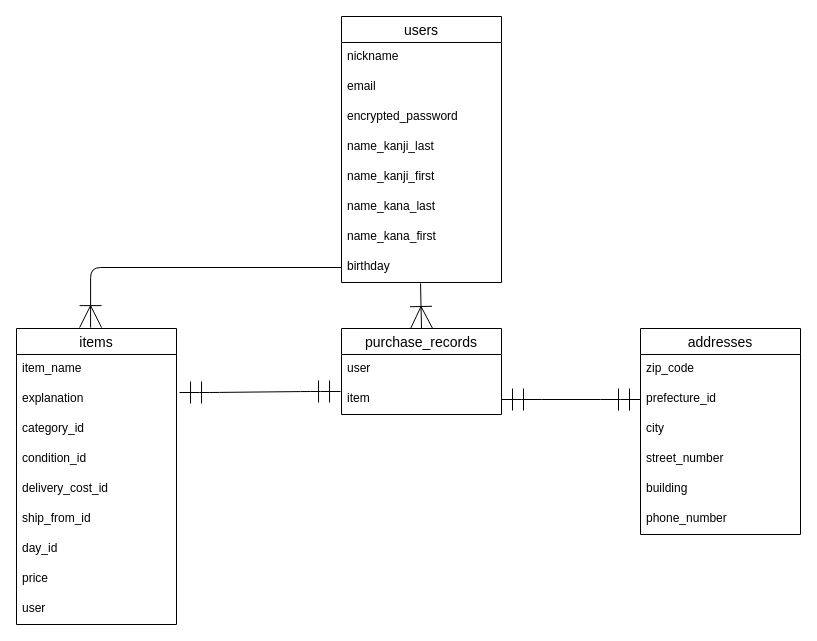
This is furima.dio from norihitowada/furima-34350, a draw.io file, before an edit. Source tidied: cells renumbered, new cells numbered last; positions are measured from the earlier drawing's top-left corner, leaving out a move shared by most shapes. Both pictures are drawn from the tidied source at 100%, with x=0, y=0 at pixel (16, 16).
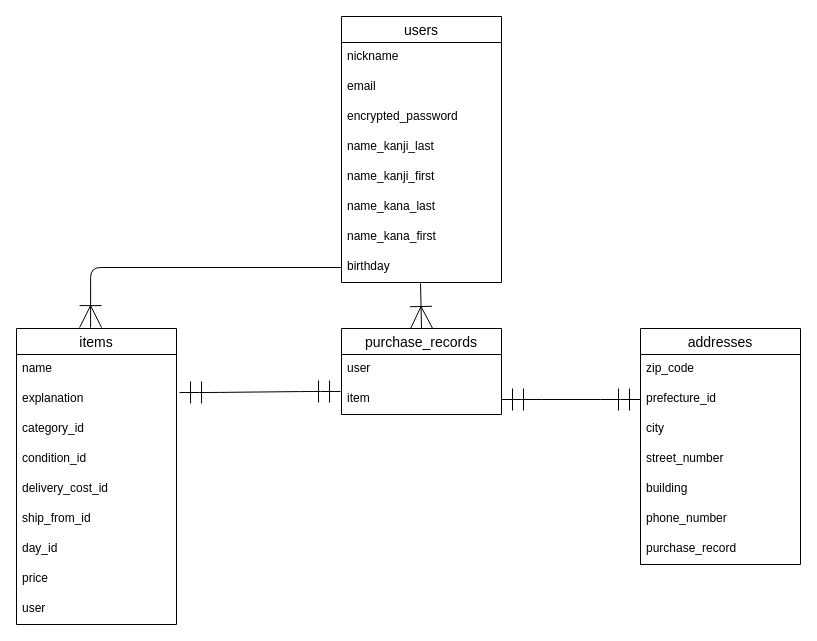
Above is the later version.

Unchanged cells that the change refers to:
```xml
<mxCell id="11" value="items" style="swimlane;fontStyle=0;horizontal=1;startSize=26;align=center;fontSize=14;verticalAlign=middle;" parent="1" vertex="1">
  <mxGeometry y="312" width="160" height="296" as="geometry" />
</mxCell>
```

What changed in the source:
```diff
@@
-    <mxCell id="12" value="item_name" style="text;strokeColor=none;fillColor=none;spacingLeft=4;spacingRight=4;overflow=hidden;fontSize=12;" parent="11" vertex="1">
+    <mxCell id="12" value="name" style="text;strokeColor=none;fillColor=none;spacingLeft=4;spacingRight=4;overflow=hidden;fontSize=12;" parent="11" vertex="1">
       <mxGeometry y="26" width="160" height="30" as="geometry" />
     </mxCell>
@@
     <mxCell id="24" value="addresses" style="swimlane;fontStyle=0;horizontal=1;startSize=26;align=center;fontSize=14;verticalAlign=middle;" parent="1" vertex="1">
-      <mxGeometry x="624" y="312" width="160" height="206" as="geometry" />
+      <mxGeometry x="624" y="312" width="160" height="236" as="geometry" />
     </mxCell>
@@
+    <mxCell id="35" value="purchase_record" style="text;strokeColor=none;fillColor=none;spacingLeft=4;spacingRight=4;overflow=hidden;fontSize=12;" parent="24" vertex="1">
+      <mxGeometry y="206" width="160" height="30" as="geometry" />
+    </mxCell>
```
